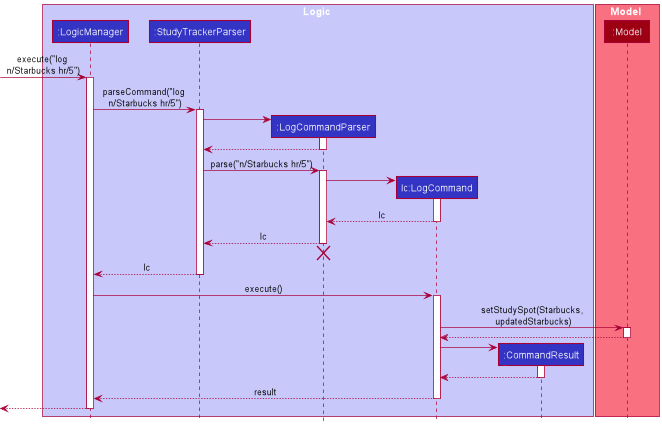
This is docs/images/LogSequenceDiagram.png from ruoyann/tp, a PlantUML export, as it was before one commit.
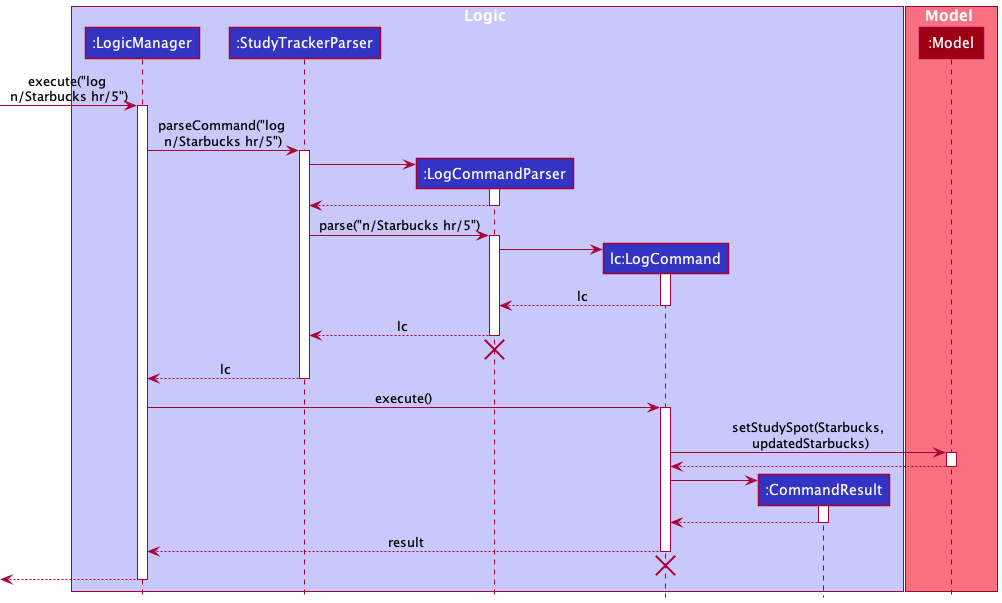
After the change.

Change to the diagram source:
```diff
@@ -62,6 +62,8 @@
 
 LogCommand --> LogicManager : result
 deactivate LogCommand
+LogCommand -[hidden]-> StudyTrackerParser
+destroy LogCommand
 
 [<--LogicManager
 deactivate LogicManager
```
